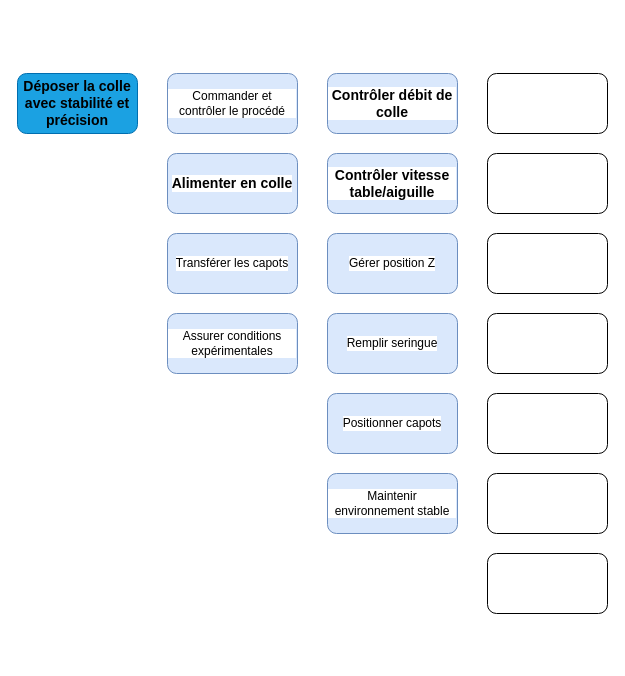
The draw.io diagram PDCA4/Diagramme_FAST.drawio in CharifMah/Systemes_automatises, before the edit. Source tidied: cells renumbered, new cells numbered last; positions are measured from the earlier drawing's top-left corner, leaving out a move shared by most shapes. Both pictures are drawn from the tidied source at 100%, with x=0, y=0 at pixel (17, 73).
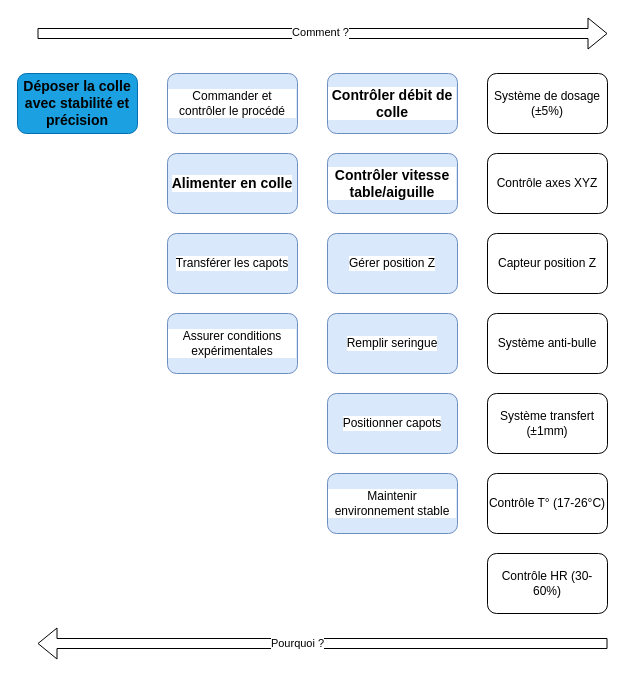
Above is the later version.

What changed in the source:
```diff
@@
-    <mxCell id="13" style="rounded=1;whiteSpace=wrap;html=1;" parent="1" vertex="1">
+    <mxCell id="13" value="Système de dosage (±5%)" style="rounded=1;whiteSpace=wrap;html=1;" parent="1" vertex="1">
       <mxGeometry x="470" width="120" height="60" as="geometry" />
     </mxCell>
-    <mxCell id="14" style="rounded=1;whiteSpace=wrap;html=1;" parent="1" vertex="1">
+    <mxCell id="14" value="Contrôle axes XYZ" style="rounded=1;whiteSpace=wrap;html=1;" parent="1" vertex="1">
       <mxGeometry x="470" y="80" width="120" height="60" as="geometry" />
     </mxCell>
-    <mxCell id="15" style="rounded=1;whiteSpace=wrap;html=1;" parent="1" vertex="1">
+    <mxCell id="15" value="Capteur position Z" style="rounded=1;whiteSpace=wrap;html=1;" parent="1" vertex="1">
       <mxGeometry x="470" y="160" width="120" height="60" as="geometry" />
     </mxCell>
-    <mxCell id="16" style="rounded=1;whiteSpace=wrap;html=1;" parent="1" vertex="1">
+    <mxCell id="16" value="Système anti-bulle" style="rounded=1;whiteSpace=wrap;html=1;" parent="1" vertex="1">
       <mxGeometry x="470" y="240" width="120" height="60" as="geometry" />
     </mxCell>
-    <mxCell id="17" style="rounded=1;whiteSpace=wrap;html=1;" parent="1" vertex="1">
+    <mxCell id="17" value="Système transfert (±1mm)" style="rounded=1;whiteSpace=wrap;html=1;" parent="1" vertex="1">
       <mxGeometry x="470" y="320" width="120" height="60" as="geometry" />
     </mxCell>
-    <mxCell id="18" style="rounded=1;whiteSpace=wrap;html=1;" parent="1" vertex="1">
+    <mxCell id="18" value="Contrôle T° (17-26°C)" style="rounded=1;whiteSpace=wrap;html=1;" parent="1" vertex="1">
       <mxGeometry x="470" y="400" width="120" height="60" as="geometry" />
     </mxCell>
-    <mxCell id="19" style="rounded=1;whiteSpace=wrap;html=1;" parent="1" vertex="1">
+    <mxCell id="19" value="Contrôle HR (30-60%)" style="rounded=1;whiteSpace=wrap;html=1;" parent="1" vertex="1">
       <mxGeometry x="470" y="480" width="120" height="60" as="geometry" />
     </mxCell>
+    <mxCell id="20" style="shape=flexArrow;endArrow=classic;html=1;rounded=0;" parent="1" edge="1">
+      <mxGeometry relative="1" as="geometry">
+        <mxPoint x="590" y="570" as="sourcePoint" />
+        <mxPoint x="20" y="570" as="targetPoint" />
+      </mxGeometry>
+    </mxCell>
+    <mxCell id="21" value="Pourquoi ?" style="edgeLabel;html=1;align=center;verticalAlign=middle;" parent="20" vertex="1">
+      <mxGeometry x="0.09" y="-1" relative="1" as="geometry" />
+    </mxCell>
+    <mxCell id="22" style="shape=flexArrow;endArrow=classic;html=1;rounded=0;" parent="1" edge="1">
+      <mxGeometry relative="1" as="geometry">
+        <mxPoint x="20" y="-40" as="sourcePoint" />
+        <mxPoint x="590" y="-40" as="targetPoint" />
+      </mxGeometry>
+    </mxCell>
+    <mxCell id="23" value="Comment ?" style="edgeLabel;html=1;align=center;verticalAlign=middle;" parent="22" vertex="1">
+      <mxGeometry x="-0.01" y="2" relative="1" as="geometry" />
+    </mxCell>
```
